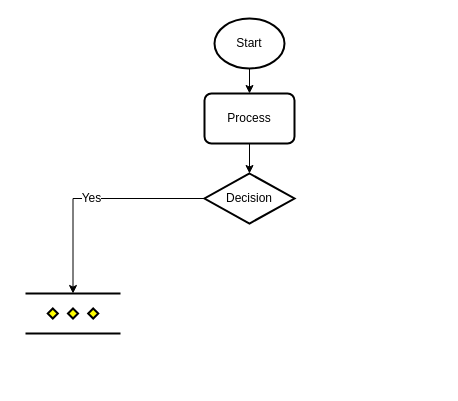
This is Legend.drawio from benstanfish/Diagrams, a draw.io file, before an edit. Source tidied: cells renumbered, new cells numbered last; positions are measured from the earlier drawing's top-left corner, leaving out a move shared by most shapes. Both pictures are drawn from the tidied source at 100%, with x=0, y=0 at pixel (25, 18).
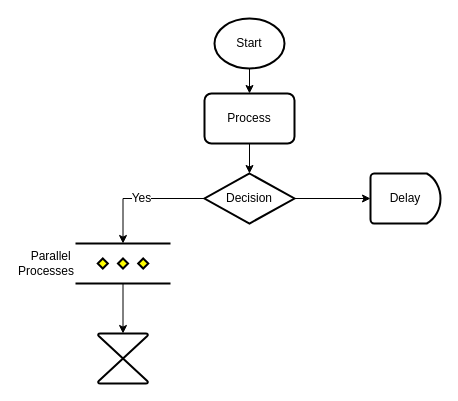
Above is the later version.

The edit, as a diff of the source:
```diff
@@
 <mxGraphModel>
   <root>
     <mxCell id="0" />
     <mxCell id="1" parent="0" />
     <mxCell id="2" style="edgeStyle=orthogonalEdgeStyle;rounded=0;jettySize=auto;html=1;entryX=0.5;entryY=0;entryDx=0;entryDy=0;" parent="1" edge="1" source="3" target="5">
       <mxGeometry relative="1" as="geometry" />
     </mxCell>
     <mxCell id="3" value="Start" style="strokeWidth=2;html=1;shape=mxgraph.flowchart.start_1;whiteSpace=wrap;spacing=12;" parent="1" vertex="1">
       <mxGeometry x="189" width="70" height="50" as="geometry" />
     </mxCell>
     <mxCell id="4" style="edgeStyle=orthogonalEdgeStyle;rounded=0;jettySize=auto;html=1;" parent="1" edge="1" source="5" target="6">
       <mxGeometry relative="1" as="geometry" />
     </mxCell>
     <mxCell id="5" value="Process" style="rounded=1;whiteSpace=wrap;html=1;absoluteArcSize=1;arcSize=14;strokeWidth=2;spacing=12;" parent="1" vertex="1">
       <mxGeometry x="179" y="75" width="90" height="50" as="geometry" />
     </mxCell>
+    <mxCell id="9" style="edgeStyle=orthogonalEdgeStyle;rounded=0;jettySize=auto;html=1;" parent="1" edge="1" source="6" target="11">
+      <mxGeometry relative="1" as="geometry" />
+    </mxCell>
     <mxCell id="6" value="Decision" style="strokeWidth=2;html=1;shape=mxgraph.flowchart.decision;whiteSpace=wrap;spacing=12;" parent="1" vertex="1">
       <mxGeometry x="179" y="155" width="90" height="50" as="geometry" />
     </mxCell>
+    <mxCell id="10" style="edgeStyle=orthogonalEdgeStyle;rounded=0;jettySize=auto;html=1;" parent="1" edge="1" source="7" target="12">
+      <mxGeometry relative="1" as="geometry" />
+    </mxCell>
-    <mxCell id="7" style="verticalLabelPosition=bottom;verticalAlign=top;html=1;shape=mxgraph.flowchart.parallel_mode;strokeWidth=2;" parent="1" vertex="1">
-      <mxGeometry y="275" width="95" height="40" as="geometry" />
+    <mxCell id="7" value="Parallel&amp;nbsp;&lt;div&gt;Processes&lt;/div&gt;" style="verticalLabelPosition=middle;verticalAlign=middle;html=1;shape=mxgraph.flowchart.parallel_mode;strokeWidth=2;labelPosition=left;align=right;" parent="1" vertex="1">
+      <mxGeometry x="50" y="225" width="95" height="40" as="geometry" />
     </mxCell>
     <mxCell id="8" value="Yes" style="edgeStyle=orthogonalEdgeStyle;rounded=0;jettySize=auto;html=1;entryX=0.5;entryY=0;entryDx=0;entryDy=0;entryPerimeter=0;fontSize=12;" parent="1" edge="1" source="6" target="7">
       <mxGeometry relative="1" as="geometry" />
     </mxCell>
+    <mxCell id="11" value="Delay" style="strokeWidth=2;html=1;shape=mxgraph.flowchart.delay;whiteSpace=wrap;spacing=12;" parent="1" vertex="1">
+      <mxGeometry x="345" y="155" width="70" height="50" as="geometry" />
+    </mxCell>
+    <mxCell id="12" style="verticalLabelPosition=bottom;verticalAlign=top;html=1;shape=mxgraph.flowchart.collate;strokeWidth=2;" parent="1" vertex="1">
+      <mxGeometry x="72.5" y="315" width="50" height="50" as="geometry" />
+    </mxCell>
   </root>
 </mxGraphModel>
```
